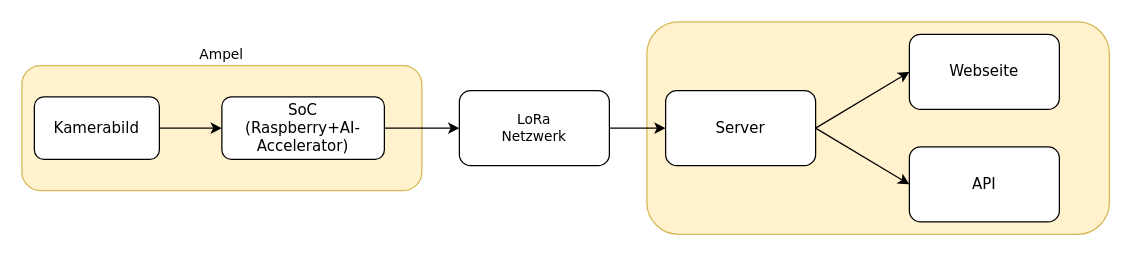
Earlier version of the draw.io diagram Ablauf.drawio (Commean/Info). Source tidied: cells renumbered, new cells numbered last; positions are measured from the earlier drawing's top-left corner, leaving out a move shared by most shapes. Both pictures are drawn from the tidied source at 125%, with x=0, y=0 at pixel (21, 21).
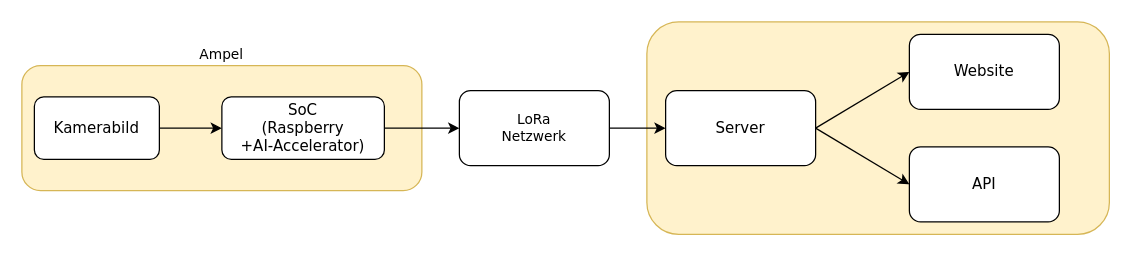
Above is the later version.

Diff of the diagram source:
```diff
@@
 <mxGraphModel>
   <root>
     <mxCell id="0" />
     <mxCell id="1" parent="0" />
     <mxCell id="2" value="Ampel" style="rounded=1;whiteSpace=wrap;html=1;fontFamily=Verdana;fontSize=11;verticalAlign=bottom;fillColor=#fff2cc;strokeColor=#d6b656;labelPosition=center;verticalLabelPosition=top;align=center;" parent="1" vertex="1">
       <mxGeometry y="35" width="320" height="100" as="geometry" />
     </mxCell>
     <mxCell id="3" value="&lt;font&gt;&lt;span style=&quot;white-space: pre&quot;&gt;Kamerabild&lt;/span&gt;&lt;/font&gt;" style="rounded=1;whiteSpace=wrap;html=1;fontFamily=Verdana;" parent="1" vertex="1">
       <mxGeometry x="10" y="60" width="100" height="50" as="geometry" />
     </mxCell>
     <mxCell id="4" style="endArrow=classic;html=1;exitX=1;exitY=0.5;exitDx=0;exitDy=0;fontFamily=Verdana;" parent="1" edge="1" source="3">
       <mxGeometry relative="1" as="geometry">
         <mxPoint x="160" y="85" as="targetPoint" />
       </mxGeometry>
     </mxCell>
-    <mxCell id="5" value="&lt;div&gt;SoC&lt;/div&gt;&lt;div&gt;(Raspberry+AI-Accelerator)&lt;/div&gt;" style="rounded=1;whiteSpace=wrap;html=1;fontFamily=Verdana;" parent="1" vertex="1">
+    <mxCell id="5" value="&lt;div&gt;SoC&lt;/div&gt;&lt;div&gt;(Raspberry&lt;/div&gt;&lt;div&gt;+AI-Accelerator)&lt;/div&gt;" style="rounded=1;whiteSpace=wrap;html=1;fontFamily=Verdana;" parent="1" vertex="1">
       <mxGeometry x="160" y="60" width="130" height="50" as="geometry" />
     </mxCell>
     <mxCell id="6" style="group;" parent="1" vertex="1">
       <mxGeometry x="500" width="370" height="170" as="geometry" />
     </mxCell>
     <mxCell id="7" style="rounded=1;whiteSpace=wrap;html=1;fontFamily=Verdana;fontSize=11;fillColor=#fff2cc;verticalAlign=middle;strokeColor=#d6b656;" parent="6" vertex="1">
       <mxGeometry width="370" height="170" as="geometry" />
     </mxCell>
     <mxCell id="8" value="Server" style="rounded=1;whiteSpace=wrap;html=1;fontFamily=Verdana;" parent="6" vertex="1">
       <mxGeometry x="15" y="55" width="120" height="60" as="geometry" />
     </mxCell>
-    <mxCell id="9" value="Webseite" style="rounded=1;whiteSpace=wrap;html=1;fontFamily=Verdana;" parent="6" vertex="1">
+    <mxCell id="9" value="Website" style="rounded=1;whiteSpace=wrap;html=1;fontFamily=Verdana;" parent="6" vertex="1">
       <mxGeometry x="210" y="10" width="120" height="60" as="geometry" />
     </mxCell>
     <mxCell id="10" value="API" style="rounded=1;whiteSpace=wrap;html=1;fontFamily=Verdana;" parent="6" vertex="1">
       <mxGeometry x="210" y="100" width="120" height="60" as="geometry" />
     </mxCell>
     <mxCell id="11" style="endArrow=classic;html=1;fontFamily=Verdana;fontSize=11;exitX=1;exitY=0.5;exitDx=0;exitDy=0;entryX=0;entryY=0.5;entryDx=0;entryDy=0;" parent="6" edge="1" source="8" target="9">
       <mxGeometry relative="1" as="geometry" />
     </mxCell>
     <mxCell id="12" style="endArrow=classic;html=1;fontFamily=Verdana;fontSize=11;exitX=1;exitY=0.5;exitDx=0;exitDy=0;entryX=0;entryY=0.5;entryDx=0;entryDy=0;" parent="6" edge="1" source="8" target="10">
       <mxGeometry relative="1" as="geometry" />
     </mxCell>
     <mxCell id="13" style="endArrow=classic;html=1;fontFamily=Verdana;fontSize=11;exitX=1;exitY=0.5;exitDx=0;exitDy=0;" parent="1" edge="1" source="5" target="15">
       <mxGeometry relative="1" as="geometry" />
     </mxCell>
     <mxCell id="14" style="edgeStyle=orthogonalEdgeStyle;rounded=0;jettySize=auto;html=1;fontFamily=Verdana;fontSize=11;" parent="1" edge="1" source="15" target="8">
       <mxGeometry relative="1" as="geometry" />
     </mxCell>
     <mxCell id="15" value="&lt;div&gt;LoRa&lt;/div&gt;&lt;div&gt;Netzwerk&lt;/div&gt;" style="rounded=1;whiteSpace=wrap;html=1;fontFamily=Verdana;fontSize=11;verticalAlign=middle;" parent="1" vertex="1">
       <mxGeometry x="350" y="55" width="120" height="60" as="geometry" />
     </mxCell>
   </root>
 </mxGraphModel>
```
